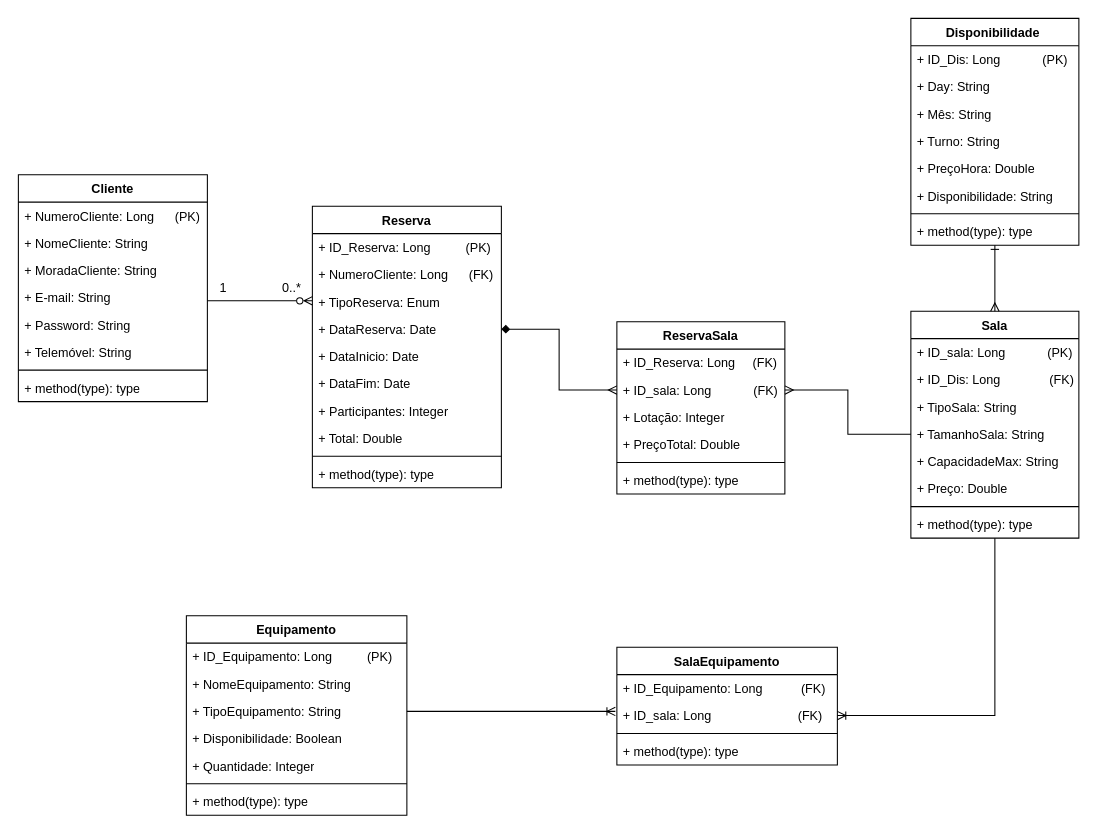
This is page "Diagrama de Classes" (2 of 2) of UMLDiagram.drawio from ic3K1ng/Rooms-Equipments, a draw.io file, before an edit. Source tidied: cells renumbered, new cells numbered last; positions are measured from the earlier drawing's top-left corner, leaving out a move shared by most shapes. Both pictures are drawn from the tidied source at 105%, with x=0, y=0 at pixel (18, 18).
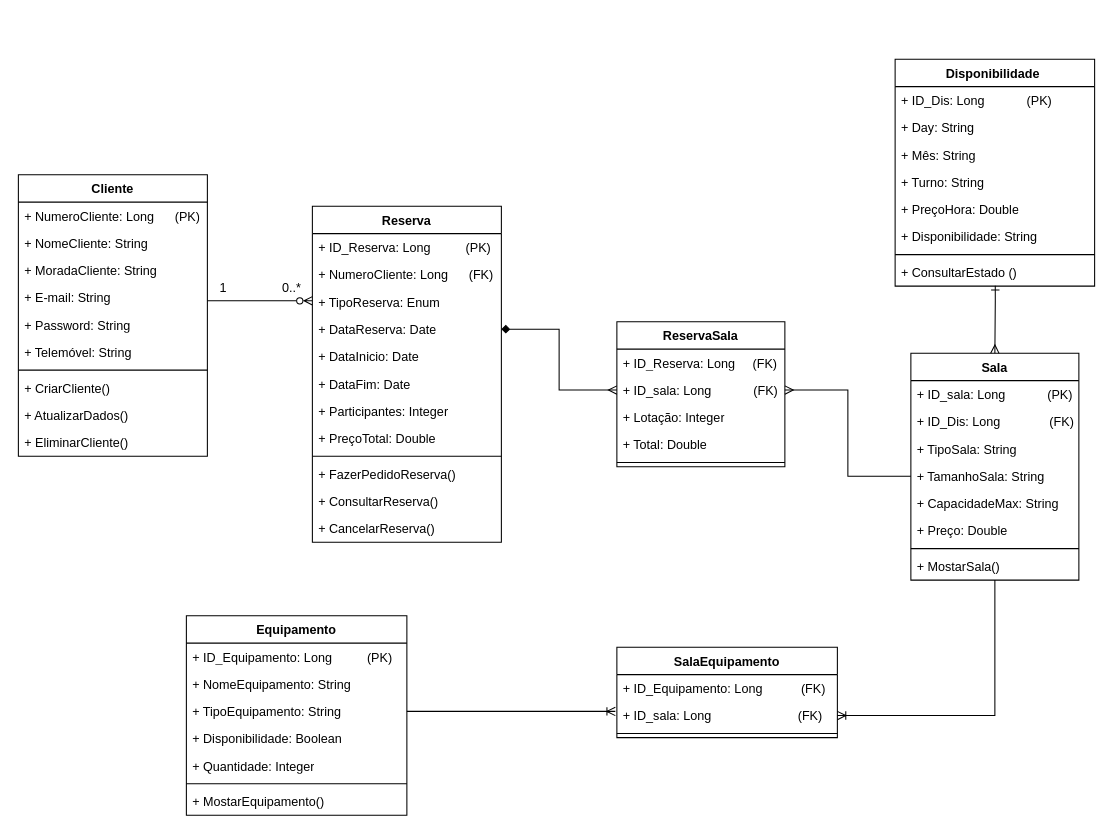
Above is the later version.

Commit message:
Add methods to the class diagram

Unchanged cells that the change refers to:
```xml
<mxCell id="32" value="Equipamento" style="swimlane;fontStyle=1;align=center;verticalAlign=top;horizontal=1;startSize=26;whiteSpace=wrap;html=1;" parent="1" vertex="1">
  <mxGeometry x="160" y="569" width="210" height="190" as="geometry" />
</mxCell>
```

Diff of the diagram source:
```diff
@@
     <mxCell id="2" value="Cliente" style="swimlane;fontStyle=1;align=center;verticalAlign=top;horizontal=1;startSize=26;whiteSpace=wrap;html=1;" parent="1" vertex="1">
-      <mxGeometry y="149" width="180" height="216" as="geometry" />
+      <mxGeometry y="149" width="180" height="268" as="geometry" />
     </mxCell>
@@
-    <mxCell id="10" value="+ method(type): type" style="text;strokeColor=none;fillColor=none;align=left;verticalAlign=top;spacingLeft=4;spacingRight=4;overflow=hidden;whiteSpace=wrap;html=1;" parent="2" vertex="1">
-      <mxGeometry y="190" width="180" height="26" as="geometry" />
-    </mxCell>
+    <mxCell id="68" value="+ CriarCliente()" style="text;strokeColor=none;fillColor=none;align=left;verticalAlign=top;spacingLeft=4;spacingRight=4;overflow=hidden;whiteSpace=wrap;html=1;" parent="2" vertex="1">
+      <mxGeometry y="190" width="180" height="26" as="geometry" />
+    </mxCell>
+    <mxCell id="69" value="+ AtualizarDados()" style="text;strokeColor=none;fillColor=none;align=left;verticalAlign=top;spacingLeft=4;spacingRight=4;overflow=hidden;whiteSpace=wrap;html=1;" parent="2" vertex="1">
+      <mxGeometry y="216" width="180" height="26" as="geometry" />
+    </mxCell>
+    <mxCell id="70" value="+ EliminarCliente()" style="text;strokeColor=none;fillColor=none;align=left;verticalAlign=top;spacingLeft=4;spacingRight=4;overflow=hidden;whiteSpace=wrap;html=1;" parent="2" vertex="1">
+      <mxGeometry y="242" width="180" height="26" as="geometry" />
+    </mxCell>
@@
     <mxCell id="12" value="Sala" style="swimlane;fontStyle=1;align=center;verticalAlign=top;horizontal=1;startSize=26;whiteSpace=wrap;html=1;" parent="1" vertex="1">
-      <mxGeometry x="850" y="279" width="160" height="216" as="geometry" />
+      <mxGeometry x="850" y="319" width="160" height="216" as="geometry" />
     </mxCell>
@@
-    <mxCell id="20" value="+ method(type): type" style="text;strokeColor=none;fillColor=none;align=left;verticalAlign=top;spacingLeft=4;spacingRight=4;overflow=hidden;whiteSpace=wrap;html=1;" parent="12" vertex="1">
+    <mxCell id="20" value="+ MostarSala()" style="text;strokeColor=none;fillColor=none;align=left;verticalAlign=top;spacingLeft=4;spacingRight=4;overflow=hidden;whiteSpace=wrap;html=1;" parent="12" vertex="1">
       <mxGeometry y="190" width="160" height="26" as="geometry" />
     </mxCell>
     <mxCell id="21" value="Reserva" style="swimlane;fontStyle=1;align=center;verticalAlign=top;horizontal=1;startSize=26;whiteSpace=wrap;html=1;" parent="1" vertex="1">
-      <mxGeometry x="280" y="179" width="180" height="268" as="geometry" />
+      <mxGeometry x="280" y="179" width="180" height="320" as="geometry" />
     </mxCell>
@@
-    <mxCell id="29" value="+ Total: Double" style="text;strokeColor=none;fillColor=none;align=left;verticalAlign=top;spacingLeft=4;spacingRight=4;overflow=hidden;whiteSpace=wrap;html=1;" parent="21" vertex="1">
-      <mxGeometry y="208" width="180" height="26" as="geometry" />
-    </mxCell>
+    <mxCell id="46" value="+ PreçoTotal: Double" style="text;strokeColor=none;fillColor=none;align=left;verticalAlign=top;spacingLeft=4;spacingRight=4;overflow=hidden;whiteSpace=wrap;html=1;" parent="21" vertex="1">
+      <mxGeometry y="208" width="180" height="26" as="geometry" />
+    </mxCell>
@@
+    <mxCell id="71" value="+ FazerPedidoReserva()" style="text;strokeColor=none;fillColor=none;align=left;verticalAlign=top;spacingLeft=4;spacingRight=4;overflow=hidden;whiteSpace=wrap;html=1;" parent="21" vertex="1">
+      <mxGeometry y="242" width="180" height="26" as="geometry" />
+    </mxCell>
-    <mxCell id="31" value="+ method(type): type" style="text;strokeColor=none;fillColor=none;align=left;verticalAlign=top;spacingLeft=4;spacingRight=4;overflow=hidden;whiteSpace=wrap;html=1;" parent="21" vertex="1">
-      <mxGeometry y="242" width="180" height="26" as="geometry" />
+    <mxCell id="31" value="+ ConsultarReserva()" style="text;strokeColor=none;fillColor=none;align=left;verticalAlign=top;spacingLeft=4;spacingRight=4;overflow=hidden;whiteSpace=wrap;html=1;" parent="21" vertex="1">
+      <mxGeometry y="268" width="180" height="26" as="geometry" />
     </mxCell>
+    <mxCell id="72" value="+ CancelarReserva()" style="text;strokeColor=none;fillColor=none;align=left;verticalAlign=top;spacingLeft=4;spacingRight=4;overflow=hidden;whiteSpace=wrap;html=1;" parent="21" vertex="1">
+      <mxGeometry y="294" width="180" height="26" as="geometry" />
+    </mxCell>
@@
-    <mxCell id="39" value="+ method(type): type" style="text;strokeColor=none;fillColor=none;align=left;verticalAlign=top;spacingLeft=4;spacingRight=4;overflow=hidden;whiteSpace=wrap;html=1;" parent="32" vertex="1">
-      <mxGeometry y="164" width="210" height="26" as="geometry" />
-    </mxCell>
+    <mxCell id="73" value="+ MostarEquipamento()" style="text;strokeColor=none;fillColor=none;align=left;verticalAlign=top;spacingLeft=4;spacingRight=4;overflow=hidden;whiteSpace=wrap;html=1;" parent="32" vertex="1">
+      <mxGeometry y="164" width="210" height="26" as="geometry" />
+    </mxCell>
@@
     <mxCell id="42" value="ReservaSala" style="swimlane;fontStyle=1;align=center;verticalAlign=top;horizontal=1;startSize=26;whiteSpace=wrap;html=1;" parent="1" vertex="1">
-      <mxGeometry x="570" y="289" width="160" height="164" as="geometry" />
+      <mxGeometry x="570" y="289" width="160" height="138" as="geometry" />
     </mxCell>
@@
-    <mxCell id="46" value="+ PreçoTotal: Double" style="text;strokeColor=none;fillColor=none;align=left;verticalAlign=top;spacingLeft=4;spacingRight=4;overflow=hidden;whiteSpace=wrap;html=1;" parent="42" vertex="1">
-      <mxGeometry y="104" width="160" height="26" as="geometry" />
-    </mxCell>
+    <mxCell id="29" value="+ Total: Double" style="text;strokeColor=none;fillColor=none;align=left;verticalAlign=top;spacingLeft=4;spacingRight=4;overflow=hidden;whiteSpace=wrap;html=1;" parent="42" vertex="1">
+      <mxGeometry y="104" width="160" height="26" as="geometry" />
+    </mxCell>
@@
-    <mxCell id="48" value="+ method(type): type" style="text;strokeColor=none;fillColor=none;align=left;verticalAlign=top;spacingLeft=4;spacingRight=4;overflow=hidden;whiteSpace=wrap;html=1;" parent="42" vertex="1">
-      <mxGeometry y="138" width="160" height="26" as="geometry" />
-    </mxCell>
     <mxCell id="49" value="SalaEquipamento" style="swimlane;fontStyle=1;align=center;verticalAlign=top;horizontal=1;startSize=26;whiteSpace=wrap;html=1;" parent="1" vertex="1">
-      <mxGeometry x="570" y="599" width="210" height="112" as="geometry" />
+      <mxGeometry x="570" y="599" width="210" height="86" as="geometry" />
     </mxCell>
@@
-    <mxCell id="53" value="+ method(type): type" style="text;strokeColor=none;fillColor=none;align=left;verticalAlign=top;spacingLeft=4;spacingRight=4;overflow=hidden;whiteSpace=wrap;html=1;" parent="49" vertex="1">
-      <mxGeometry y="86" width="210" height="26" as="geometry" />
-    </mxCell>
-    <mxCell id="54" style="edgeStyle=orthogonalEdgeStyle;rounded=0;jettySize=auto;html=1;exitX=0.5;exitY=1;exitDx=0;exitDy=0;entryX=0.5;entryY=0;entryDx=0;entryDy=0;startArrow=ERone;startFill=0;endArrow=ERmany;endFill=0;" parent="1" edge="1" source="55" target="12">
-      <mxGeometry relative="1" as="geometry" />
+    <mxCell id="54" style="edgeStyle=orthogonalEdgeStyle;rounded=0;jettySize=auto;html=1;entryX=0.5;entryY=0;entryDx=0;entryDy=0;startArrow=ERone;startFill=0;endArrow=ERmany;endFill=0;exitX=0.502;exitY=0.987;exitDx=0;exitDy=0;exitPerimeter=0;" parent="1" edge="1" source="63" target="12">
+      <mxGeometry relative="1" as="geometry">
+        <Array as="points">
+          <mxPoint x="930" y="269" />
+        </Array>
+      </mxGeometry>
     </mxCell>
     <mxCell id="55" value="Disponibilidade&amp;nbsp;" style="swimlane;fontStyle=1;align=center;verticalAlign=top;horizontal=1;startSize=26;whiteSpace=wrap;html=1;" parent="1" vertex="1">
-      <mxGeometry x="850" width="160" height="216" as="geometry" />
+      <mxGeometry x="835" y="39" width="190" height="216" as="geometry" />
     </mxCell>
     <mxCell id="56" value="+ ID_Dis: Long&amp;nbsp; &amp;nbsp; &amp;nbsp; &amp;nbsp; &amp;nbsp; &amp;nbsp; (PK)" style="text;strokeColor=none;fillColor=none;align=left;verticalAlign=top;spacingLeft=4;spacingRight=4;overflow=hidden;whiteSpace=wrap;html=1;" parent="55" vertex="1">
-      <mxGeometry y="26" width="160" height="26" as="geometry" />
+      <mxGeometry y="26" width="190" height="26" as="geometry" />
     </mxCell>
     <mxCell id="57" value="+ Day: String" style="text;strokeColor=none;fillColor=none;align=left;verticalAlign=top;spacingLeft=4;spacingRight=4;overflow=hidden;whiteSpace=wrap;html=1;" parent="55" vertex="1">
-      <mxGeometry y="52" width="160" height="26" as="geometry" />
+      <mxGeometry y="52" width="190" height="26" as="geometry" />
     </mxCell>
     <mxCell id="58" value="+ Mês: String" style="text;strokeColor=none;fillColor=none;align=left;verticalAlign=top;spacingLeft=4;spacingRight=4;overflow=hidden;whiteSpace=wrap;html=1;" parent="55" vertex="1">
-      <mxGeometry y="78" width="160" height="26" as="geometry" />
+      <mxGeometry y="78" width="190" height="26" as="geometry" />
     </mxCell>
     <mxCell id="59" value="+ Turno: String" style="text;strokeColor=none;fillColor=none;align=left;verticalAlign=top;spacingLeft=4;spacingRight=4;overflow=hidden;whiteSpace=wrap;html=1;" parent="55" vertex="1">
-      <mxGeometry y="104" width="160" height="26" as="geometry" />
+      <mxGeometry y="104" width="190" height="26" as="geometry" />
     </mxCell>
     <mxCell id="60" value="+ PreçoHora: Double" style="text;strokeColor=none;fillColor=none;align=left;verticalAlign=top;spacingLeft=4;spacingRight=4;overflow=hidden;whiteSpace=wrap;html=1;" parent="55" vertex="1">
-      <mxGeometry y="130" width="160" height="26" as="geometry" />
+      <mxGeometry y="130" width="190" height="26" as="geometry" />
     </mxCell>
     <mxCell id="61" value="+ Disponibilidade: String" style="text;strokeColor=none;fillColor=none;align=left;verticalAlign=top;spacingLeft=4;spacingRight=4;overflow=hidden;whiteSpace=wrap;html=1;" parent="55" vertex="1">
-      <mxGeometry y="156" width="160" height="26" as="geometry" />
+      <mxGeometry y="156" width="190" height="26" as="geometry" />
     </mxCell>
     <mxCell id="62" style="line;strokeWidth=1;fillColor=none;align=left;verticalAlign=middle;spacingTop=-1;spacingLeft=3;spacingRight=3;labelPosition=right;strokeColor=inherit;" parent="55" vertex="1">
-      <mxGeometry y="182" width="160" height="8" as="geometry" />
+      <mxGeometry y="182" width="190" height="8" as="geometry" />
     </mxCell>
-    <mxCell id="63" value="+ method(type): type" style="text;strokeColor=none;fillColor=none;align=left;verticalAlign=top;spacingLeft=4;spacingRight=4;overflow=hidden;points=[[0,0.5],[1,0.5]];portConstraint=eastwest;whiteSpace=wrap;html=1;" parent="55" vertex="1">
-      <mxGeometry y="190" width="160" height="26" as="geometry" />
+    <mxCell id="63" value="+ ConsultarEstado ()" style="text;strokeColor=none;fillColor=none;align=left;verticalAlign=top;spacingLeft=4;spacingRight=4;overflow=hidden;points=[[0,0.5],[1,0.5]];portConstraint=eastwest;whiteSpace=wrap;html=1;" parent="55" vertex="1">
+      <mxGeometry y="190" width="190" height="26" as="geometry" />
     </mxCell>
```
